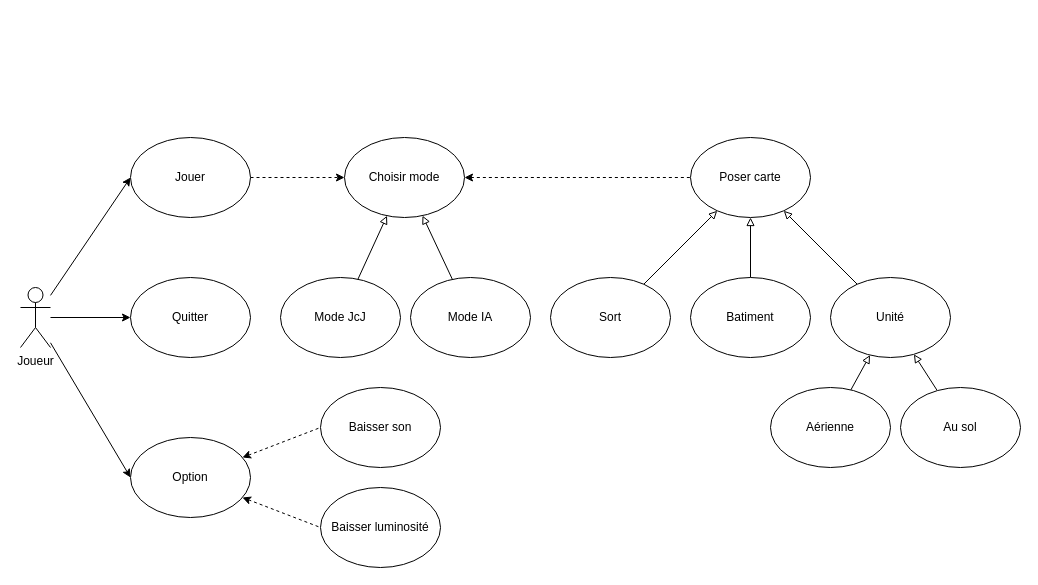
This is cutil.drawio from l-busca/ProjetUML_Busca_Jacques_Mathieu_Schneider, a draw.io file, before an edit. Source tidied: cells renumbered, new cells numbered last; positions are measured from the earlier drawing's top-left corner, leaving out a move shared by most shapes. Both pictures are drawn from the tidied source at 100%, with x=0, y=0 at pixel (20, 137).
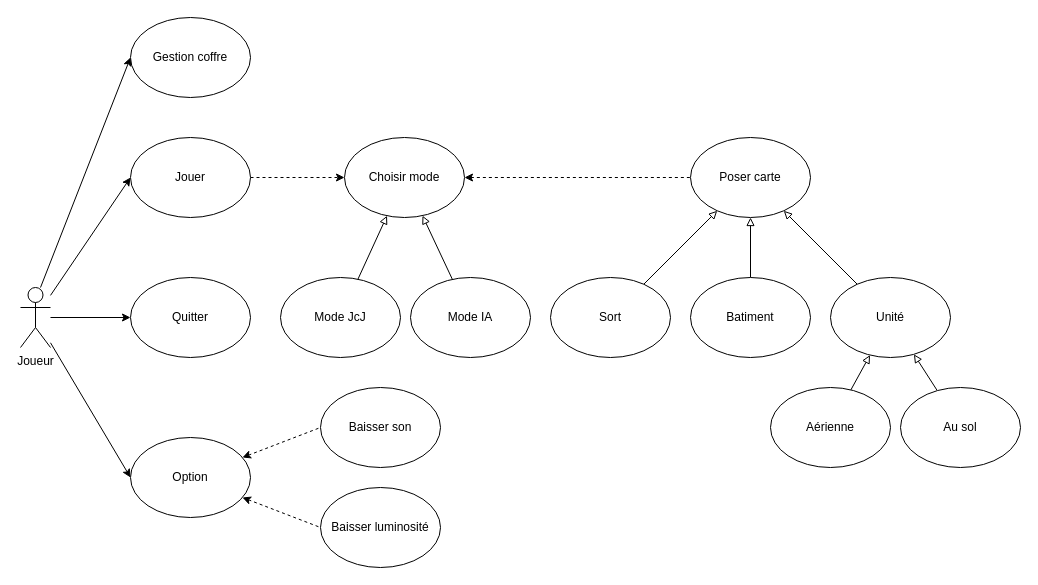
The same page after the edit.

Commit message:
changement classes et activités

Change to the diagram source:
```diff
@@
+    <mxCell id="31" value="Gestion coffre" style="ellipse;whiteSpace=wrap;html=1;" parent="1" vertex="1">
+      <mxGeometry x="110" y="-120" width="120" height="80" as="geometry" />
+    </mxCell>
+    <mxCell id="32" style="edgeStyle=none;rounded=0;jettySize=auto;html=1;entryX=0;entryY=0.5;entryDx=0;entryDy=0;" parent="1" edge="1" target="31">
+      <mxGeometry relative="1" as="geometry">
+        <mxPoint x="20" y="150" as="sourcePoint" />
+      </mxGeometry>
+    </mxCell>
```
